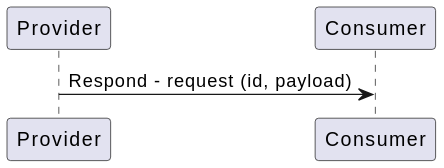
Above: docs/design/diagrams/respond_sequence.svg in eclipse-ibeji/ibeji (PlantUML), before the change. Its diagram source:
```plantuml
@startuml
participant "Provider"
participant "Consumer"

"Provider" -> "Consumer" : Respond - request (id, payload)
@enduml
```
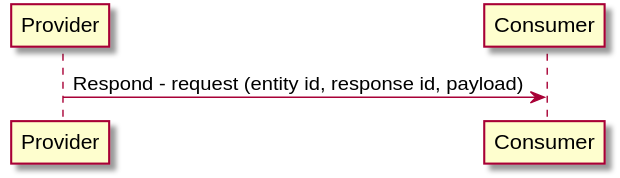
Later version of the same file.

The edit, as a diff of the source:
```diff
@@ -1,6 +1,8 @@
 @startuml
+
 participant "Provider"
 participant "Consumer"
 
-"Provider" -> "Consumer" : Respond - request (id, payload)
+"Provider" -> "Consumer" : Respond - request (entity id, response id, payload)
+
 @enduml
```
